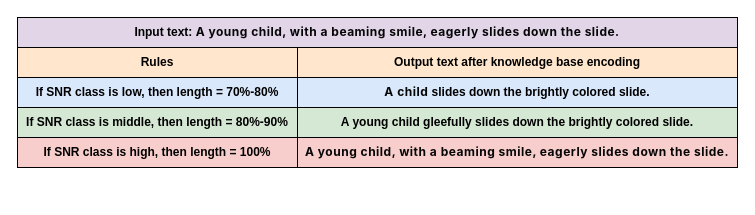
Before: UBC-CSC/table.drawio in TuuSiwei/paper_image, a draw.io diagram. Source tidied: cells renumbered, new cells numbered last; positions are measured from the earlier drawing's top-left corner, leaving out a move shared by most shapes. Both pictures are drawn from the tidied source at 100%, with x=0, y=0 at pixel (17, 17).
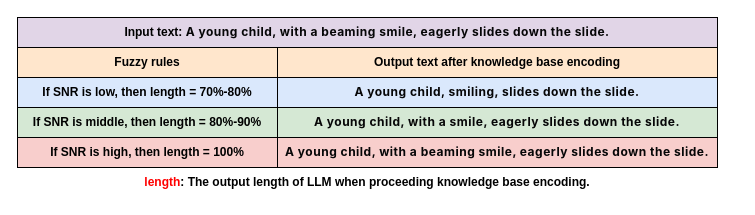
The same page after the edit.

Diff of the diagram source:
```diff
@@
 <mxGraphModel>
   <root>
     <mxCell id="0" />
     <mxCell id="1" parent="0" />
     <mxCell id="2" value="&lt;span style=&quot;font-size: 12px; font-weight: 700;&quot;&gt;Input text:&amp;nbsp;&lt;/span&gt;&lt;b style=&quot;white-space-collapse: preserve; color: rgb(6, 6, 7); font-family: -apple-system, blinkmacsystemfont, &amp;quot;Helvetica Neue&amp;quot;, helvetica, &amp;quot;segoe ui&amp;quot;, arial, roboto, &amp;quot;PingFang SC&amp;quot;, miui, &amp;quot;Hiragino Sans GB&amp;quot;, &amp;quot;Microsoft Yahei&amp;quot;, sans-serif; font-size: 12px; letter-spacing: 0.5px;&quot;&gt;A young child, with a beaming smile, eagerly slides down the slide.&lt;/b&gt;" style="rounded=0;whiteSpace=wrap;html=1;fillColor=#e1d5e7;strokeColor=default;fontSize=12;align=center;" parent="1" vertex="1">
-      <mxGeometry width="720" height="30" as="geometry" />
+      <mxGeometry width="700" height="30" as="geometry" />
     </mxCell>
-    <mxCell id="3" value="&lt;b style=&quot;font-size: 12px;&quot;&gt;&lt;font style=&quot;font-size: 12px;&quot;&gt;If SNR class is low,&amp;nbsp;&lt;/font&gt;&lt;/b&gt;&lt;b style=&quot;font-size: 12px;&quot;&gt;&lt;font style=&quot;font-size: 12px;&quot;&gt;then length = 70%-80%&lt;/font&gt;&lt;/b&gt;" style="rounded=0;whiteSpace=wrap;html=1;fillColor=#dae8fc;strokeColor=default;fontSize=12;align=center;" parent="1" vertex="1">
-      <mxGeometry y="60" width="280" height="30" as="geometry" />
+    <mxCell id="3" value="&lt;b style=&quot;font-size: 12px;&quot;&gt;&lt;font style=&quot;font-size: 12px;&quot;&gt;If SNR is low,&amp;nbsp;&lt;/font&gt;&lt;/b&gt;&lt;b style=&quot;font-size: 12px;&quot;&gt;&lt;font style=&quot;font-size: 12px;&quot;&gt;then length = 70%-80%&lt;/font&gt;&lt;/b&gt;" style="rounded=0;whiteSpace=wrap;html=1;fillColor=#dae8fc;strokeColor=default;fontSize=12;align=center;" parent="1" vertex="1">
+      <mxGeometry y="60" width="260" height="30" as="geometry" />
     </mxCell>
     <mxCell id="4" value="&lt;b style=&quot;font-size: 12px;&quot;&gt;&lt;font style=&quot;font-size: 12px;&quot;&gt;Output text after knowledge base encoding&lt;/font&gt;&lt;/b&gt;" style="rounded=0;whiteSpace=wrap;html=1;fillColor=#ffe6cc;strokeColor=default;fontSize=12;align=center;" parent="1" vertex="1">
-      <mxGeometry x="280" y="30" width="440" height="30" as="geometry" />
+      <mxGeometry x="260" y="30" width="440" height="30" as="geometry" />
     </mxCell>
-    <mxCell id="5" value="&lt;span style=&quot;white-space-collapse: preserve; color: rgb(6, 6, 7); font-family: -apple-system, blinkmacsystemfont, &amp;quot;Helvetica Neue&amp;quot;, helvetica, &amp;quot;segoe ui&amp;quot;, arial, roboto, &amp;quot;PingFang SC&amp;quot;, miui, &amp;quot;Hiragino Sans GB&amp;quot;, &amp;quot;Microsoft Yahei&amp;quot;, sans-serif; font-size: 12px; letter-spacing: 0.5px;&quot;&gt;&lt;b style=&quot;font-size: 12px;&quot;&gt;A child &lt;/b&gt;&lt;/span&gt;&lt;span style=&quot;font-size: 12px; font-weight: 700;&quot;&gt;slides down the brightly colored slide.&lt;/span&gt;" style="rounded=0;whiteSpace=wrap;html=1;fillColor=#dae8fc;strokeColor=default;fontSize=12;align=center;" parent="1" vertex="1">
-      <mxGeometry x="280" y="60" width="440" height="30" as="geometry" />
+    <mxCell id="5" value="&lt;font face=&quot;-apple-system, blinkmacsystemfont, Helvetica Neue, helvetica, segoe ui, arial, roboto, PingFang SC, miui, Hiragino Sans GB, Microsoft Yahei, sans-serif&quot; color=&quot;#060607&quot;&gt;&lt;span style=&quot;letter-spacing: 0.5px; white-space-collapse: preserve;&quot;&gt;&lt;b&gt;A young child, smiling, slides down the slide.&lt;/b&gt;&lt;/span&gt;&lt;/font&gt;" style="rounded=0;whiteSpace=wrap;html=1;fillColor=#dae8fc;strokeColor=default;fontSize=12;align=center;" parent="1" vertex="1">
+      <mxGeometry x="260" y="60" width="440" height="30" as="geometry" />
     </mxCell>
     <mxCell id="6" value="&lt;b style=&quot;white-space-collapse: preserve; color: rgb(6, 6, 7); font-family: -apple-system, blinkmacsystemfont, &amp;quot;Helvetica Neue&amp;quot;, helvetica, &amp;quot;segoe ui&amp;quot;, arial, roboto, &amp;quot;PingFang SC&amp;quot;, miui, &amp;quot;Hiragino Sans GB&amp;quot;, &amp;quot;Microsoft Yahei&amp;quot;, sans-serif; font-size: 12px; letter-spacing: 0.5px;&quot;&gt;A young child, with a beaming smile, eagerly slides down the slide.&lt;/b&gt;" style="rounded=0;whiteSpace=wrap;html=1;fillColor=#f8cecc;strokeColor=default;fontSize=12;align=center;" parent="1" vertex="1">
-      <mxGeometry x="280" y="120" width="440" height="30" as="geometry" />
+      <mxGeometry x="260" y="120" width="440" height="30" as="geometry" />
     </mxCell>
-    <mxCell id="7" value="&lt;span style=&quot;font-size: 12px; font-weight: 700;&quot;&gt;A young child gleefully slides down the brightly colored slide.&lt;/span&gt;" style="rounded=0;whiteSpace=wrap;html=1;fillColor=#d5e8d4;strokeColor=default;fontSize=12;align=center;" parent="1" vertex="1">
-      <mxGeometry x="280" y="90" width="440" height="30" as="geometry" />
+    <mxCell id="7" value="&lt;b style=&quot;white-space-collapse: preserve; color: rgb(6, 6, 7); font-family: -apple-system, blinkmacsystemfont, &amp;quot;Helvetica Neue&amp;quot;, helvetica, &amp;quot;segoe ui&amp;quot;, arial, roboto, &amp;quot;PingFang SC&amp;quot;, miui, &amp;quot;Hiragino Sans GB&amp;quot;, &amp;quot;Microsoft Yahei&amp;quot;, sans-serif; letter-spacing: 0.5px;&quot;&gt;A young child, with a smile, &lt;/b&gt;&lt;b style=&quot;white-space-collapse: preserve; color: rgb(6, 6, 7); font-family: -apple-system, blinkmacsystemfont, &amp;quot;Helvetica Neue&amp;quot;, helvetica, &amp;quot;segoe ui&amp;quot;, arial, roboto, &amp;quot;PingFang SC&amp;quot;, miui, &amp;quot;Hiragino Sans GB&amp;quot;, &amp;quot;Microsoft Yahei&amp;quot;, sans-serif; letter-spacing: 0.5px;&quot;&gt;eagerly &lt;/b&gt;&lt;b style=&quot;white-space-collapse: preserve; color: rgb(6, 6, 7); font-family: -apple-system, blinkmacsystemfont, &amp;quot;Helvetica Neue&amp;quot;, helvetica, &amp;quot;segoe ui&amp;quot;, arial, roboto, &amp;quot;PingFang SC&amp;quot;, miui, &amp;quot;Hiragino Sans GB&amp;quot;, &amp;quot;Microsoft Yahei&amp;quot;, sans-serif; letter-spacing: 0.5px;&quot;&gt;slides down the slide.&lt;/b&gt;" style="rounded=0;whiteSpace=wrap;html=1;fillColor=#d5e8d4;strokeColor=default;fontSize=12;align=center;" parent="1" vertex="1">
+      <mxGeometry x="260" y="90" width="440" height="30" as="geometry" />
     </mxCell>
-    <mxCell id="8" value="&lt;b style=&quot;font-size: 12px;&quot;&gt;&lt;font style=&quot;font-size: 12px;&quot;&gt;Rules&lt;/font&gt;&lt;/b&gt;" style="rounded=0;whiteSpace=wrap;html=1;fillColor=#ffe6cc;strokeColor=default;fontSize=12;align=center;" parent="1" vertex="1">
-      <mxGeometry y="30" width="280" height="30" as="geometry" />
+    <mxCell id="8" value="&lt;b style=&quot;font-size: 12px;&quot;&gt;&lt;font style=&quot;font-size: 12px;&quot;&gt;Fuzzy rules&lt;/font&gt;&lt;/b&gt;" style="rounded=0;whiteSpace=wrap;html=1;fillColor=#ffe6cc;strokeColor=default;fontSize=12;align=center;" parent="1" vertex="1">
+      <mxGeometry y="30" width="260" height="30" as="geometry" />
     </mxCell>
-    <mxCell id="9" value="&lt;b style=&quot;font-size: 12px;&quot;&gt;&lt;font style=&quot;font-size: 12px;&quot;&gt;If SNR class is middle,&amp;nbsp;&lt;/font&gt;&lt;/b&gt;&lt;b style=&quot;font-size: 12px;&quot;&gt;&lt;font style=&quot;font-size: 12px;&quot;&gt;then length = 80%-90%&lt;/font&gt;&lt;/b&gt;" style="rounded=0;whiteSpace=wrap;html=1;fillColor=#d5e8d4;strokeColor=default;fontSize=12;align=center;" parent="1" vertex="1">
-      <mxGeometry y="90" width="280" height="30" as="geometry" />
+    <mxCell id="9" value="&lt;b style=&quot;font-size: 12px;&quot;&gt;&lt;font style=&quot;font-size: 12px;&quot;&gt;If SNR is middle,&amp;nbsp;&lt;/font&gt;&lt;/b&gt;&lt;b style=&quot;font-size: 12px;&quot;&gt;&lt;font style=&quot;font-size: 12px;&quot;&gt;then length = 80%-90%&lt;/font&gt;&lt;/b&gt;" style="rounded=0;whiteSpace=wrap;html=1;fillColor=#d5e8d4;strokeColor=default;fontSize=12;align=center;" parent="1" vertex="1">
+      <mxGeometry y="90" width="260" height="30" as="geometry" />
     </mxCell>
-    <mxCell id="10" value="&lt;b style=&quot;font-size: 12px;&quot;&gt;&lt;font style=&quot;font-size: 12px;&quot;&gt;If SNR class is high, then length = 100%&lt;/font&gt;&lt;/b&gt;" style="rounded=0;whiteSpace=wrap;html=1;fillColor=#f8cecc;strokeColor=default;fontSize=12;align=center;" parent="1" vertex="1">
-      <mxGeometry y="120" width="280" height="30" as="geometry" />
+    <mxCell id="10" value="&lt;b style=&quot;font-size: 12px;&quot;&gt;&lt;font style=&quot;font-size: 12px;&quot;&gt;If SNR is high, then length = 100%&lt;/font&gt;&lt;/b&gt;" style="rounded=0;whiteSpace=wrap;html=1;fillColor=#f8cecc;strokeColor=default;fontSize=12;align=center;" parent="1" vertex="1">
+      <mxGeometry y="120" width="260" height="30" as="geometry" />
     </mxCell>
+    <mxCell id="11" value="&lt;b&gt;&lt;font color=&quot;#ff0000&quot;&gt;length&lt;/font&gt;:&amp;nbsp;The output length of LLM when proceeding knowledge base encoding.&lt;/b&gt;" style="text;html=1;align=center;verticalAlign=middle;whiteSpace=wrap;rounded=0;" parent="1" vertex="1">
+      <mxGeometry x="110" y="150" width="480" height="30" as="geometry" />
+    </mxCell>
   </root>
 </mxGraphModel>
```
